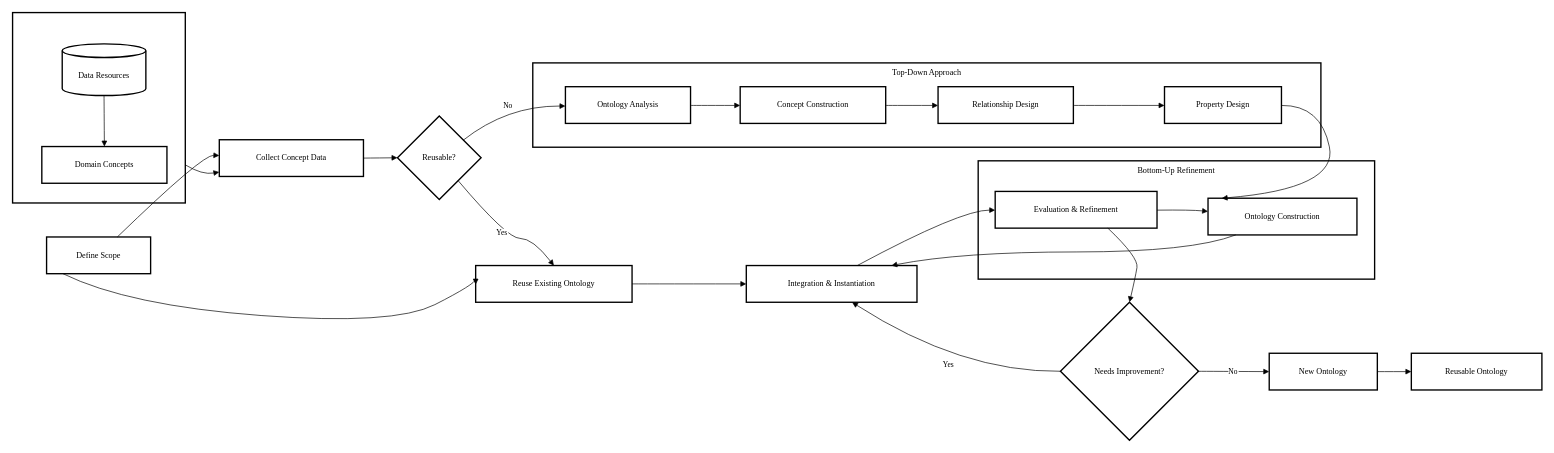
Above: page "第 1 页" (1 of 2) of math_memory_pipeline/1.drawio in urrethless/somework_graph-flow (draw.io), before the change. Source tidied: cells renumbered, new cells numbered last; positions are measured from the earlier drawing's top-left corner, leaving out a move shared by most shapes. Both pictures are drawn from the tidied source at 68%, with x=0, y=0 at pixel (12, 12).
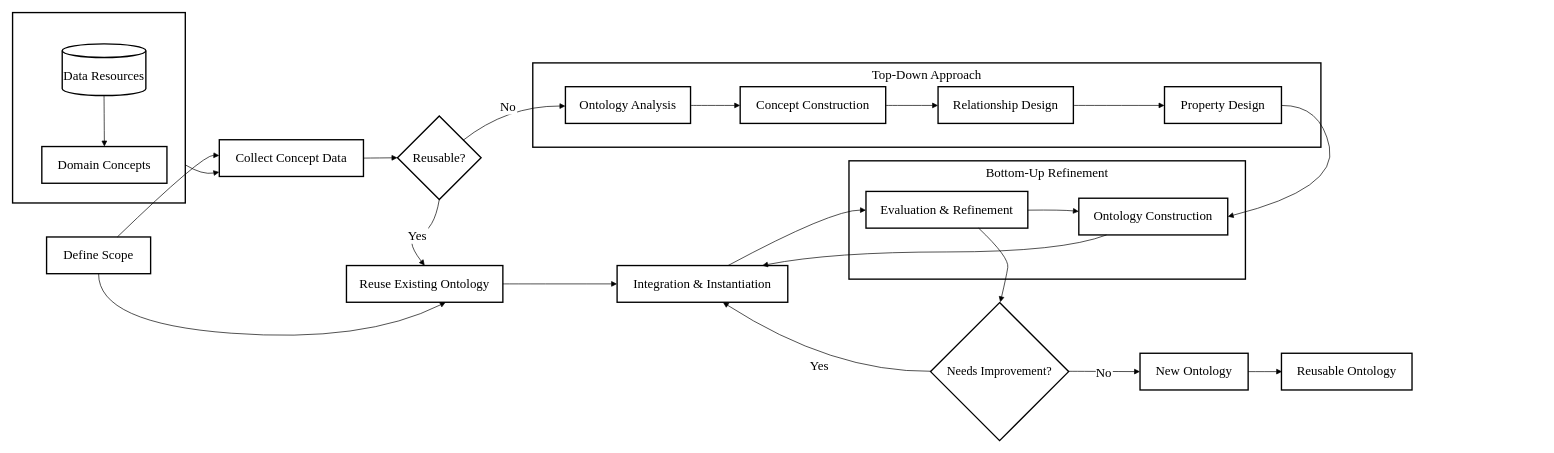
After the change.

Diff of the diagram source:
```diff
@@
-    <mxCell id="2" value="Bottom-Up Refinement" style="whiteSpace=wrap;strokeWidth=2;verticalAlign=top;fontFamily=Times New Roman;" parent="1" vertex="1">
-      <mxGeometry x="1420" y="218" width="583" height="174" as="geometry" />
+    <mxCell id="2" value="Bottom-Up Refinement" style="whiteSpace=wrap;strokeWidth=2;verticalAlign=top;fontFamily=Times New Roman;fontSize=19;" parent="1" vertex="1">
+      <mxGeometry x="1230" y="218" width="583" height="174" as="geometry" />
     </mxCell>
-    <mxCell id="3" value="Top-Down Approach" style="whiteSpace=wrap;strokeWidth=2;verticalAlign=top;fontFamily=Times New Roman;" parent="1" vertex="1">
+    <mxCell id="3" value="Top-Down Approach" style="whiteSpace=wrap;strokeWidth=2;verticalAlign=top;fontFamily=Times New Roman;fontSize=19;" parent="1" vertex="1">
       <mxGeometry x="765" y="74" width="1159" height="124" as="geometry" />
     </mxCell>
-    <mxCell id="4" style="whiteSpace=wrap;strokeWidth=2;verticalAlign=top;fontFamily=Times New Roman;" parent="1" vertex="1">
+    <mxCell id="4" style="whiteSpace=wrap;strokeWidth=2;verticalAlign=top;fontFamily=Times New Roman;fontSize=19;" parent="1" vertex="1">
       <mxGeometry width="254" height="280" as="geometry" />
     </mxCell>
-    <mxCell id="5" value="Data Resources" style="shape=cylinder3;boundedLbl=1;backgroundOutline=1;size=10;strokeWidth=2;whiteSpace=wrap;fontFamily=Times New Roman;" parent="4" vertex="1">
+    <mxCell id="5" value="Data Resources" style="shape=cylinder3;boundedLbl=1;backgroundOutline=1;size=10;strokeWidth=2;whiteSpace=wrap;fontFamily=Times New Roman;fontSize=19;" parent="4" vertex="1">
       <mxGeometry x="73" y="46" width="123" height="76" as="geometry" />
     </mxCell>
-    <mxCell id="6" value="Domain Concepts" style="whiteSpace=wrap;strokeWidth=2;fontFamily=Times New Roman;" parent="4" vertex="1">
+    <mxCell id="6" value="Domain Concepts" style="whiteSpace=wrap;strokeWidth=2;fontFamily=Times New Roman;fontSize=19;" parent="4" vertex="1">
       <mxGeometry x="43" y="197" width="184" height="54" as="geometry" />
     </mxCell>
-    <mxCell id="7" style="curved=1;startArrow=none;endArrow=block;exitX=0.5;exitY=1;entryX=0.5;entryY=0;rounded=0;fontFamily=Times New Roman;" parent="4" edge="1" source="5" target="6">
+    <mxCell id="7" style="curved=1;startArrow=none;endArrow=block;exitX=0.5;exitY=1;entryX=0.5;entryY=0;rounded=0;fontFamily=Times New Roman;fontSize=19;" parent="4" edge="1" source="5" target="6">
       <mxGeometry relative="1" as="geometry" />
     </mxCell>
-    <mxCell id="8" value="Collect Concept Data" style="whiteSpace=wrap;strokeWidth=2;fontFamily=Times New Roman;" parent="1" vertex="1">
+    <mxCell id="8" value="Collect Concept Data" style="whiteSpace=wrap;strokeWidth=2;fontFamily=Times New Roman;fontSize=19;" parent="1" vertex="1">
       <mxGeometry x="304" y="187" width="212" height="54" as="geometry" />
     </mxCell>
-    <mxCell id="9" value="Define Scope" style="whiteSpace=wrap;strokeWidth=2;fontFamily=Times New Roman;" parent="1" vertex="1">
+    <mxCell id="9" value="Define Scope" style="whiteSpace=wrap;strokeWidth=2;fontFamily=Times New Roman;fontSize=19;" parent="1" vertex="1">
       <mxGeometry x="50" y="330" width="153" height="54" as="geometry" />
     </mxCell>
-    <mxCell id="10" value="Reusable?" style="rhombus;strokeWidth=2;whiteSpace=wrap;fontFamily=Times New Roman;" parent="1" vertex="1">
+    <mxCell id="10" value="Reusable?" style="rhombus;strokeWidth=2;whiteSpace=wrap;fontFamily=Times New Roman;fontSize=19;" parent="1" vertex="1">
       <mxGeometry x="566" y="152" width="123" height="123" as="geometry" />
     </mxCell>
-    <mxCell id="11" value="Reuse Existing Ontology" style="whiteSpace=wrap;strokeWidth=2;fontFamily=Times New Roman;" parent="1" vertex="1">
-      <mxGeometry x="681" y="372" width="230" height="54" as="geometry" />
+    <mxCell id="11" value="Reuse Existing Ontology" style="whiteSpace=wrap;strokeWidth=2;fontFamily=Times New Roman;fontSize=19;" parent="1" vertex="1">
+      <mxGeometry x="491" y="372" width="230" height="54" as="geometry" />
     </mxCell>
-    <mxCell id="12" value="Ontology Analysis" style="whiteSpace=wrap;strokeWidth=2;fontFamily=Times New Roman;" parent="1" vertex="1">
+    <mxCell id="12" value="Ontology Analysis" style="whiteSpace=wrap;strokeWidth=2;fontFamily=Times New Roman;fontSize=19;" parent="1" vertex="1">
       <mxGeometry x="813" y="109" width="184" height="54" as="geometry" />
     </mxCell>
-    <mxCell id="13" value="Concept Construction" style="whiteSpace=wrap;strokeWidth=2;fontFamily=Times New Roman;" parent="1" vertex="1">
+    <mxCell id="13" value="Concept Construction" style="whiteSpace=wrap;strokeWidth=2;fontFamily=Times New Roman;fontSize=19;" parent="1" vertex="1">
       <mxGeometry x="1070" y="109" width="214" height="54" as="geometry" />
     </mxCell>
-    <mxCell id="14" value="Relationship Design" style="whiteSpace=wrap;strokeWidth=2;fontFamily=Times New Roman;" parent="1" vertex="1">
+    <mxCell id="14" value="Relationship Design" style="whiteSpace=wrap;strokeWidth=2;fontFamily=Times New Roman;fontSize=19;" parent="1" vertex="1">
       <mxGeometry x="1361" y="109" width="199" height="54" as="geometry" />
     </mxCell>
-    <mxCell id="15" value="Property Design" style="whiteSpace=wrap;strokeWidth=2;fontFamily=Times New Roman;" parent="1" vertex="1">
+    <mxCell id="15" value="Property Design" style="whiteSpace=wrap;strokeWidth=2;fontFamily=Times New Roman;fontSize=19;" parent="1" vertex="1">
       <mxGeometry x="1694" y="109" width="172" height="54" as="geometry" />
     </mxCell>
-    <mxCell id="16" value="Ontology Construction" style="whiteSpace=wrap;strokeWidth=2;fontFamily=Times New Roman;" parent="1" vertex="1">
-      <mxGeometry x="1758" y="273" width="219" height="54" as="geometry" />
+    <mxCell id="16" value="Ontology Construction" style="whiteSpace=wrap;strokeWidth=2;fontFamily=Times New Roman;fontSize=19;" parent="1" vertex="1">
+      <mxGeometry x="1568" y="273" width="219" height="54" as="geometry" />
     </mxCell>
-    <mxCell id="17" value="Integration &amp; Instantiation" style="whiteSpace=wrap;strokeWidth=2;fontFamily=Times New Roman;" parent="1" vertex="1">
-      <mxGeometry x="1079" y="372" width="251" height="54" as="geometry" />
+    <mxCell id="17" value="Integration &amp; Instantiation" style="whiteSpace=wrap;strokeWidth=2;fontFamily=Times New Roman;fontSize=19;" parent="1" vertex="1">
+      <mxGeometry x="889" y="372" width="251" height="54" as="geometry" />
     </mxCell>
-    <mxCell id="18" value="Evaluation &amp; Refinement" style="whiteSpace=wrap;strokeWidth=2;fontFamily=Times New Roman;" parent="1" vertex="1">
-      <mxGeometry x="1445" y="263" width="238" height="54" as="geometry" />
+    <mxCell id="18" value="Evaluation &amp; Refinement" style="whiteSpace=wrap;strokeWidth=2;fontFamily=Times New Roman;fontSize=19;" parent="1" vertex="1">
+      <mxGeometry x="1255" y="263" width="238" height="54" as="geometry" />
     </mxCell>
-    <mxCell id="19" value="Needs Improvement?" style="rhombus;strokeWidth=2;whiteSpace=wrap;fontFamily=Times New Roman;" parent="1" vertex="1">
-      <mxGeometry x="1541" y="426" width="203" height="203" as="geometry" />
+    <mxCell id="19" value="Needs Improvement?" style="rhombus;strokeWidth=2;whiteSpace=wrap;fontFamily=Times New Roman;fontSize=18;" parent="1" vertex="1">
+      <mxGeometry x="1350" y="426.5" width="203" height="203" as="geometry" />
     </mxCell>
-    <mxCell id="20" value="New Ontology" style="whiteSpace=wrap;strokeWidth=2;fontFamily=Times New Roman;" parent="1" vertex="1">
-      <mxGeometry x="1848" y="501" width="159" height="54" as="geometry" />
+    <mxCell id="20" value="New Ontology" style="whiteSpace=wrap;strokeWidth=2;fontFamily=Times New Roman;fontSize=19;" parent="1" vertex="1">
+      <mxGeometry x="1658" y="501" width="159" height="54" as="geometry" />
     </mxCell>
-    <mxCell id="21" value="Reusable Ontology" style="whiteSpace=wrap;strokeWidth=2;fontFamily=Times New Roman;" parent="1" vertex="1">
-      <mxGeometry x="2057" y="501" width="192" height="54" as="geometry" />
+    <mxCell id="21" value="Reusable Ontology" style="whiteSpace=wrap;strokeWidth=2;fontFamily=Times New Roman;fontSize=19;" parent="1" vertex="1">
+      <mxGeometry x="1866" y="501" width="192" height="54" as="geometry" />
     </mxCell>
-    <mxCell id="22" style="curved=1;startArrow=none;endArrow=block;exitX=0.68;exitY=0;entryX=0;entryY=0.43;rounded=0;fontFamily=Times New Roman;" parent="1" edge="1" source="9" target="8">
+    <mxCell id="22" style="curved=1;startArrow=none;endArrow=block;exitX=0.68;exitY=0;entryX=0;entryY=0.43;rounded=0;fontFamily=Times New Roman;fontSize=19;" parent="1" edge="1" source="9" target="8">
       <mxGeometry relative="1" as="geometry">
         <Array as="points">
           <mxPoint x="279" y="209" />
         </Array>
       </mxGeometry>
     </mxCell>
-    <mxCell id="23" style="curved=1;startArrow=none;endArrow=block;exitX=1;exitY=0.5;entryX=0;entryY=0.5;rounded=0;fontFamily=Times New Roman;" parent="1" edge="1" source="8" target="10">
+    <mxCell id="23" style="curved=1;startArrow=none;endArrow=block;exitX=1;exitY=0.5;entryX=0;entryY=0.5;rounded=0;fontFamily=Times New Roman;fontSize=19;" parent="1" edge="1" source="8" target="10">
       <mxGeometry relative="1" as="geometry" />
     </mxCell>
-    <mxCell id="24" value="Yes" style="curved=1;startArrow=none;endArrow=block;exitX=0.92;exitY=1.01;entryX=0.5;entryY=0;rounded=0;entryDx=0;entryDy=0;fontFamily=Times New Roman;" parent="1" edge="1" source="10" target="11">
+    <mxCell id="24" value="Yes" style="curved=1;startArrow=none;endArrow=block;entryX=0.5;entryY=0;rounded=0;entryDx=0;entryDy=0;fontFamily=Times New Roman;fontSize=19;exitX=0.5;exitY=1;exitDx=0;exitDy=0;" parent="1" edge="1" source="10" target="11">
       <mxGeometry relative="1" as="geometry">
         <Array as="points">
-          <mxPoint x="727" y="332" />
-          <mxPoint x="765" y="332" />
+          <mxPoint x="620" y="320" />
+          <mxPoint x="575" y="332" />
         </Array>
       </mxGeometry>
     </mxCell>
-    <mxCell id="25" value="No" style="curved=1;startArrow=none;endArrow=block;exitX=1;exitY=0.12;entryX=0;entryY=0.51;rounded=0;fontFamily=Times New Roman;" parent="1" edge="1">
+    <mxCell id="25" value="No" style="curved=1;startArrow=none;endArrow=block;exitX=1;exitY=0.12;entryX=0;entryY=0.51;rounded=0;fontFamily=Times New Roman;fontSize=19;" parent="1" edge="1">
       <mxGeometry relative="1" as="geometry">
         <mxPoint x="662.4" y="187.9" as="sourcePoint" />
         <mxPoint x="813" y="137.5" as="targetPoint" />
         <Array as="points">
           <mxPoint x="727" y="137" />
         </Array>
       </mxGeometry>
     </mxCell>
-    <mxCell id="26" style="curved=1;startArrow=none;endArrow=block;exitX=1;exitY=0.51;entryX=0;entryY=0.51;rounded=0;fontFamily=Times New Roman;" parent="1" edge="1" source="12" target="13">
+    <mxCell id="26" style="curved=1;startArrow=none;endArrow=block;exitX=1;exitY=0.51;entryX=0;entryY=0.51;rounded=0;fontFamily=Times New Roman;fontSize=19;" parent="1" edge="1" source="12" target="13">
       <mxGeometry relative="1" as="geometry" />
     </mxCell>
-    <mxCell id="27" style="curved=1;startArrow=none;endArrow=block;exitX=1;exitY=0.51;entryX=0;entryY=0.51;rounded=0;fontFamily=Times New Roman;" parent="1" edge="1" source="13" target="14">
+    <mxCell id="27" style="curved=1;startArrow=none;endArrow=block;exitX=1;exitY=0.51;entryX=0;entryY=0.51;rounded=0;fontFamily=Times New Roman;fontSize=19;" parent="1" edge="1" source="13" target="14">
       <mxGeometry relative="1" as="geometry" />
     </mxCell>
-    <mxCell id="28" style="curved=1;startArrow=none;endArrow=block;exitX=1;exitY=0.51;entryX=0;entryY=0.51;rounded=0;fontFamily=Times New Roman;" parent="1" edge="1" source="14" target="15">
+    <mxCell id="28" style="curved=1;startArrow=none;endArrow=block;exitX=1;exitY=0.51;entryX=0;entryY=0.51;rounded=0;fontFamily=Times New Roman;fontSize=19;" parent="1" edge="1" source="14" target="15">
       <mxGeometry relative="1" as="geometry" />
     </mxCell>
-    <mxCell id="29" style="curved=1;startArrow=none;endArrow=block;exitX=1;exitY=0.51;entryX=0.1;entryY=0.01;rounded=0;fontFamily=Times New Roman;" parent="1" edge="1" source="15" target="16">
+    <mxCell id="29" style="curved=1;startArrow=none;endArrow=block;exitX=1;exitY=0.51;entryX=1;entryY=0.5;rounded=0;fontFamily=Times New Roman;fontSize=19;entryDx=0;entryDy=0;" parent="1" edge="1" source="15" target="16">
       <mxGeometry relative="1" as="geometry">
         <Array as="points">
           <mxPoint x="1924" y="136" />
           <mxPoint x="1949" y="259" />
         </Array>
       </mxGeometry>
     </mxCell>
-    <mxCell id="30" style="curved=1;startArrow=none;endArrow=block;exitX=1;exitY=0.5;entryX=0;entryY=0.5;rounded=0;fontFamily=Times New Roman;" parent="1" edge="1" source="11" target="17">
+    <mxCell id="30" style="curved=1;startArrow=none;endArrow=block;exitX=1;exitY=0.5;entryX=0;entryY=0.5;rounded=0;fontFamily=Times New Roman;fontSize=19;" parent="1" edge="1" source="11" target="17">
       <mxGeometry relative="1" as="geometry" />
     </mxCell>
-    <mxCell id="31" style="curved=1;startArrow=none;endArrow=block;exitX=0.18;exitY=1.01;entryX=0.85;entryY=0;rounded=0;fontFamily=Times New Roman;" parent="1" edge="1" source="16" target="17">
+    <mxCell id="31" style="curved=1;startArrow=none;endArrow=block;exitX=0.18;exitY=1.01;entryX=0.85;entryY=0;rounded=0;fontFamily=Times New Roman;fontSize=19;" parent="1" edge="1" source="16" target="17">
       <mxGeometry relative="1" as="geometry">
         <Array as="points">
-          <mxPoint x="1733" y="352" />
-          <mxPoint x="1395" y="352" />
+          <mxPoint x="1543" y="352" />
+          <mxPoint x="1205" y="352" />
         </Array>
       </mxGeometry>
     </mxCell>
-    <mxCell id="32" style="curved=1;startArrow=none;endArrow=block;exitX=0.65;exitY=0;entryX=0;entryY=0.51;rounded=0;fontFamily=Times New Roman;" parent="1" edge="1" source="17" target="18">
+    <mxCell id="32" style="curved=1;startArrow=none;endArrow=block;exitX=0.65;exitY=0;entryX=0;entryY=0.51;rounded=0;fontFamily=Times New Roman;fontSize=19;" parent="1" edge="1" source="17" target="18">
       <mxGeometry relative="1" as="geometry">
         <Array as="points">
-          <mxPoint x="1395" y="290" />
+          <mxPoint x="1205" y="290" />
         </Array>
       </mxGeometry>
     </mxCell>
-    <mxCell id="33" style="curved=1;startArrow=none;endArrow=block;exitX=1;exitY=0.51;entryX=0;entryY=0.36;rounded=0;fontFamily=Times New Roman;" parent="1" edge="1" source="18" target="16">
+    <mxCell id="33" style="curved=1;startArrow=none;endArrow=block;exitX=1;exitY=0.51;entryX=0;entryY=0.36;rounded=0;fontFamily=Times New Roman;fontSize=19;" parent="1" edge="1" source="18" target="16">
       <mxGeometry relative="1" as="geometry">
         <Array as="points">
-          <mxPoint x="1733" y="290" />
+          <mxPoint x="1543" y="290" />
         </Array>
       </mxGeometry>
     </mxCell>
-    <mxCell id="34" style="curved=1;startArrow=none;endArrow=block;exitX=0.7;exitY=1.01;entryX=0.5;entryY=0;rounded=0;entryDx=0;entryDy=0;fontFamily=Times New Roman;" parent="1" edge="1" source="18" target="19">
+    <mxCell id="34" style="curved=1;startArrow=none;endArrow=block;exitX=0.7;exitY=1.01;entryX=0.5;entryY=0;rounded=0;entryDx=0;entryDy=0;fontFamily=Times New Roman;fontSize=19;" parent="1" edge="1" source="18">
       <mxGeometry relative="1" as="geometry">
+        <mxPoint x="1452.5" y="426" as="targetPoint" />
         <Array as="points">
-          <mxPoint x="1656" y="360" />
-          <mxPoint x="1651" y="390" />
+          <mxPoint x="1466" y="360" />
+          <mxPoint x="1461" y="390" />
         </Array>
       </mxGeometry>
     </mxCell>
-    <mxCell id="35" value="Yes" style="curved=1;startArrow=none;endArrow=block;exitX=0;exitY=0.5;entryX=0.62;entryY=1;rounded=0;fontFamily=Times New Roman;" parent="1" edge="1" source="19" target="17">
+    <mxCell id="35" value="Yes" style="curved=1;startArrow=none;endArrow=block;exitX=0;exitY=0.5;entryX=0.62;entryY=1;rounded=0;fontFamily=Times New Roman;fontSize=19;" parent="1" edge="1" target="17">
       <mxGeometry relative="1" as="geometry">
+        <mxPoint x="1351" y="527.5" as="sourcePoint" />
         <Array as="points">
-          <mxPoint x="1395" y="529" />
+          <mxPoint x="1205" y="529" />
         </Array>
       </mxGeometry>
     </mxCell>
-    <mxCell id="36" value="No" style="curved=1;startArrow=none;endArrow=block;exitX=1;exitY=0.5;entryX=0;entryY=0.5;rounded=0;fontFamily=Times New Roman;" parent="1" edge="1" target="20">
+    <mxCell id="36" value="No" style="curved=1;startArrow=none;endArrow=block;exitX=1;exitY=0.5;entryX=0;entryY=0.5;rounded=0;fontFamily=Times New Roman;fontSize=19;" parent="1" edge="1" target="20">
       <mxGeometry relative="1" as="geometry">
-        <mxPoint x="1742" y="527.5" as="sourcePoint" />
+        <mxPoint x="1552" y="527.5" as="sourcePoint" />
       </mxGeometry>
     </mxCell>
-    <mxCell id="37" style="curved=1;startArrow=none;endArrow=block;exitX=0.87;exitY=1;rounded=0;fontFamily=Times New Roman;" parent="1" edge="1">
+    <mxCell id="37" style="curved=1;startArrow=none;endArrow=block;exitX=0.5;exitY=1;rounded=0;fontFamily=Times New Roman;fontSize=19;exitDx=0;exitDy=0;" parent="1" edge="1" source="9">
       <mxGeometry relative="1" as="geometry">
-        <mxPoint x="74.1" y="384" as="sourcePoint" />
-        <mxPoint x="681" y="400" as="targetPoint" />
+        <mxPoint x="636.9" y="426" as="targetPoint" />
         <Array as="points">
-          <mxPoint x="170" y="431" />
-          <mxPoint x="561" y="460" />
-          <mxPoint x="681" y="399" />
+          <mxPoint x="125.9" y="457" />
+          <mxPoint x="516.9" y="486" />
         </Array>
       </mxGeometry>
     </mxCell>
-    <mxCell id="38" style="curved=1;startArrow=none;endArrow=block;exitX=1;exitY=0.5;entryX=0;entryY=0.5;rounded=0;fontFamily=Times New Roman;" parent="1" edge="1" source="20" target="21">
-      <mxGeometry relative="1" as="geometry" />
+    <mxCell id="38" style="curved=1;startArrow=none;endArrow=block;exitX=1;exitY=0.5;entryX=0;entryY=0.5;rounded=0;fontFamily=Times New Roman;fontSize=19;" parent="1" edge="1" source="20">
+      <mxGeometry relative="1" as="geometry">
+        <mxPoint x="1867" y="528" as="targetPoint" />
+      </mxGeometry>
     </mxCell>
-    <mxCell id="39" style="curved=1;startArrow=none;endArrow=block;exitX=1;exitY=0.8;entryX=0;entryY=0.88;rounded=0;fontFamily=Times New Roman;" parent="1" edge="1" source="4" target="8">
+    <mxCell id="39" style="curved=1;startArrow=none;endArrow=block;exitX=1;exitY=0.8;entryX=0;entryY=0.88;rounded=0;fontFamily=Times New Roman;fontSize=19;" parent="1" edge="1" source="4" target="8">
       <mxGeometry relative="1" as="geometry">
         <Array as="points">
           <mxPoint x="279" y="239" />
         </Array>
       </mxGeometry>
     </mxCell>
```
